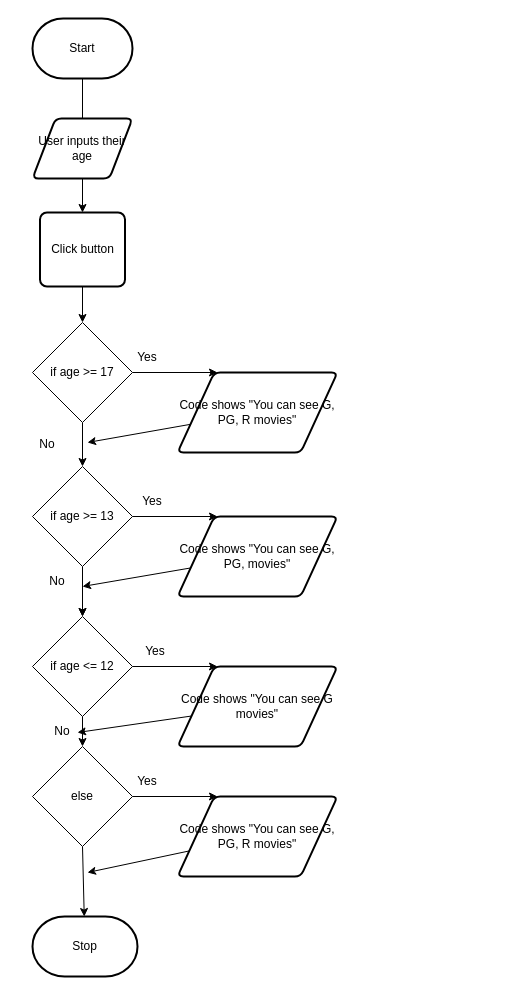
Earlier version of the draw.io diagram design/flow-chart.drawio (ashley-monaghan/ICS2OR-Unit-05-03). Source tidied: cells renumbered, new cells numbered last; positions are measured from the earlier drawing's top-left corner, leaving out a move shared by most shapes. Both pictures are drawn from the tidied source at 100%, with x=0, y=0 at pixel (17, 18).
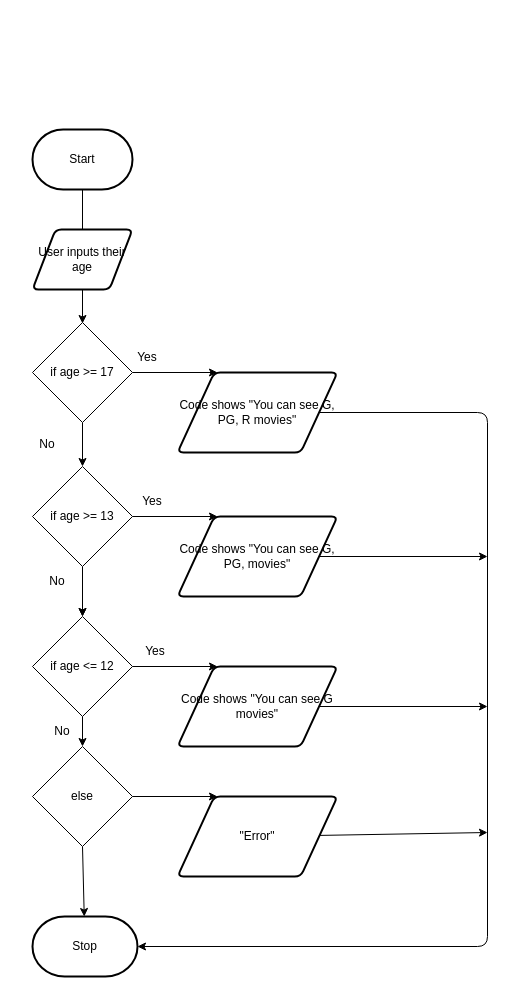
Above is the later version.

Commit message (it also covers changes not shown here):
flow chart updated

Unchanged cells that the change refers to:
```xml
<mxCell id="5" value="Stop" style="strokeWidth=2;html=1;shape=mxgraph.flowchart.terminator;whiteSpace=wrap;" parent="1" vertex="1">
  <mxGeometry x="15" y="898" width="105" height="60" as="geometry" />
</mxCell>
<mxCell id="10" value="if age &amp;gt;= 17" style="rhombus;whiteSpace=wrap;html=1;" parent="1" vertex="1">
  <mxGeometry x="15" y="304" width="100" height="100" as="geometry" />
</mxCell>
<mxCell id="12" value="Code shows &quot;You can see G, PG, R movies&quot;" style="shape=parallelogram;html=1;strokeWidth=2;perimeter=parallelogramPerimeter;whiteSpace=wrap;rounded=1;arcSize=12;size=0.23;" parent="1" vertex="1">
  <mxGeometry x="160" y="354" width="160" height="80" as="geometry" />
</mxCell>
<mxCell id="19" value="Code shows &quot;You can see G, PG, movies&quot;" style="shape=parallelogram;html=1;strokeWidth=2;perimeter=parallelogramPerimeter;whiteSpace=wrap;rounded=1;arcSize=12;size=0.23;" parent="1" vertex="1">
  <mxGeometry x="160" y="498" width="160" height="80" as="geometry" />
</mxCell>
<mxCell id="23" value="Code shows &quot;You can see G movies&quot;" style="shape=parallelogram;html=1;strokeWidth=2;perimeter=parallelogramPerimeter;whiteSpace=wrap;rounded=1;arcSize=12;size=0.23;" parent="1" vertex="1">
  <mxGeometry x="160" y="648" width="160" height="80" as="geometry" />
</mxCell>
```

Diff of the diagram source:
```diff
@@
     <mxCell id="2" style="edgeStyle=none;html=1;" parent="1" edge="1" source="3">
       <mxGeometry relative="1" as="geometry">
-        <mxPoint x="65" y="110" as="targetPoint" />
+        <mxPoint x="65" y="221" as="targetPoint" />
       </mxGeometry>
     </mxCell>
     <mxCell id="3" value="Start" style="strokeWidth=2;html=1;shape=mxgraph.flowchart.terminator;whiteSpace=wrap;" parent="1" vertex="1">
-      <mxGeometry x="15" width="100" height="60" as="geometry" />
+      <mxGeometry x="15" y="111" width="100" height="60" as="geometry" />
     </mxCell>
@@
-    <mxCell id="6" style="edgeStyle=none;html=1;entryX=0.5;entryY=0;entryDx=0;entryDy=0;" parent="1" edge="1" source="7" target="14">
-      <mxGeometry relative="1" as="geometry" />
+    <mxCell id="6" style="edgeStyle=none;html=1;entryX=0.5;entryY=0;entryDx=0;entryDy=0;" parent="1" edge="1" source="7">
+      <mxGeometry relative="1" as="geometry">
+        <mxPoint x="65" y="305" as="targetPoint" />
+      </mxGeometry>
     </mxCell>
     <mxCell id="7" value="User inputs their age" style="shape=parallelogram;html=1;strokeWidth=2;perimeter=parallelogramPerimeter;whiteSpace=wrap;rounded=1;arcSize=12;size=0.23;" parent="1" vertex="1">
-      <mxGeometry x="15" y="100" width="100" height="60" as="geometry" />
+      <mxGeometry x="15" y="211" width="100" height="60" as="geometry" />
     </mxCell>
@@
-    <mxCell id="11" style="edgeStyle=none;html=1;" parent="1" edge="1" source="12">
-      <mxGeometry relative="1" as="geometry">
-        <mxPoint x="70" y="424" as="targetPoint" />
-      </mxGeometry>
-    </mxCell>
+    <mxCell id="37" style="edgeStyle=none;html=1;entryX=1;entryY=0.5;entryDx=0;entryDy=0;entryPerimeter=0;" parent="1" edge="1" source="12" target="5">
+      <mxGeometry relative="1" as="geometry">
+        <Array as="points">
+          <mxPoint x="470" y="394" />
+          <mxPoint x="470" y="928" />
+        </Array>
+      </mxGeometry>
+    </mxCell>
@@
-    <mxCell id="13" style="edgeStyle=none;html=1;entryX=0.5;entryY=0;entryDx=0;entryDy=0;" parent="1" edge="1" source="14" target="10">
-      <mxGeometry relative="1" as="geometry" />
-    </mxCell>
-    <mxCell id="14" value="Click button" style="rounded=1;whiteSpace=wrap;html=1;absoluteArcSize=1;arcSize=14;strokeWidth=2;" parent="1" vertex="1">
-      <mxGeometry x="22.5" y="194" width="85" height="74" as="geometry" />
-    </mxCell>
@@
-    <mxCell id="18" style="edgeStyle=none;html=1;" parent="1" edge="1" source="19">
-      <mxGeometry relative="1" as="geometry">
-        <mxPoint x="65" y="568" as="targetPoint" />
-      </mxGeometry>
-    </mxCell>
+    <mxCell id="38" style="edgeStyle=none;html=1;" parent="1" edge="1" source="19">
+      <mxGeometry relative="1" as="geometry">
+        <mxPoint x="470" y="538" as="targetPoint" />
+      </mxGeometry>
+    </mxCell>
@@
-    <mxCell id="22" style="edgeStyle=none;html=1;" parent="1" edge="1" source="23">
-      <mxGeometry relative="1" as="geometry">
-        <mxPoint x="60" y="714" as="targetPoint" />
-      </mxGeometry>
-    </mxCell>
+    <mxCell id="39" style="edgeStyle=none;html=1;" parent="1" edge="1" source="23">
+      <mxGeometry relative="1" as="geometry">
+        <mxPoint x="470" y="688" as="targetPoint" />
+      </mxGeometry>
+    </mxCell>
@@
-    <mxCell id="27" style="edgeStyle=none;html=1;" parent="1" edge="1" source="28">
-      <mxGeometry relative="1" as="geometry">
-        <mxPoint x="70" y="854" as="targetPoint" />
-      </mxGeometry>
-    </mxCell>
+    <mxCell id="40" style="edgeStyle=none;html=1;" parent="1" edge="1" source="28">
+      <mxGeometry relative="1" as="geometry">
+        <mxPoint x="470" y="814" as="targetPoint" />
+      </mxGeometry>
+    </mxCell>
-    <mxCell id="28" value="Code shows &quot;You can see G, PG, R movies&quot;" style="shape=parallelogram;html=1;strokeWidth=2;perimeter=parallelogramPerimeter;whiteSpace=wrap;rounded=1;arcSize=12;size=0.23;" parent="1" vertex="1">
+    <mxCell id="28" value="&quot;Error&quot;" style="shape=parallelogram;html=1;strokeWidth=2;perimeter=parallelogramPerimeter;whiteSpace=wrap;rounded=1;arcSize=12;size=0.23;" parent="1" vertex="1">
       <mxGeometry x="160" y="778" width="160" height="80" as="geometry" />
     </mxCell>
@@
-    <mxCell id="33" value="Yes" style="text;html=1;strokeColor=none;fillColor=none;align=center;verticalAlign=middle;whiteSpace=wrap;rounded=0;" parent="1" vertex="1">
-      <mxGeometry x="100" y="748" width="60" height="30" as="geometry" />
-    </mxCell>
```
